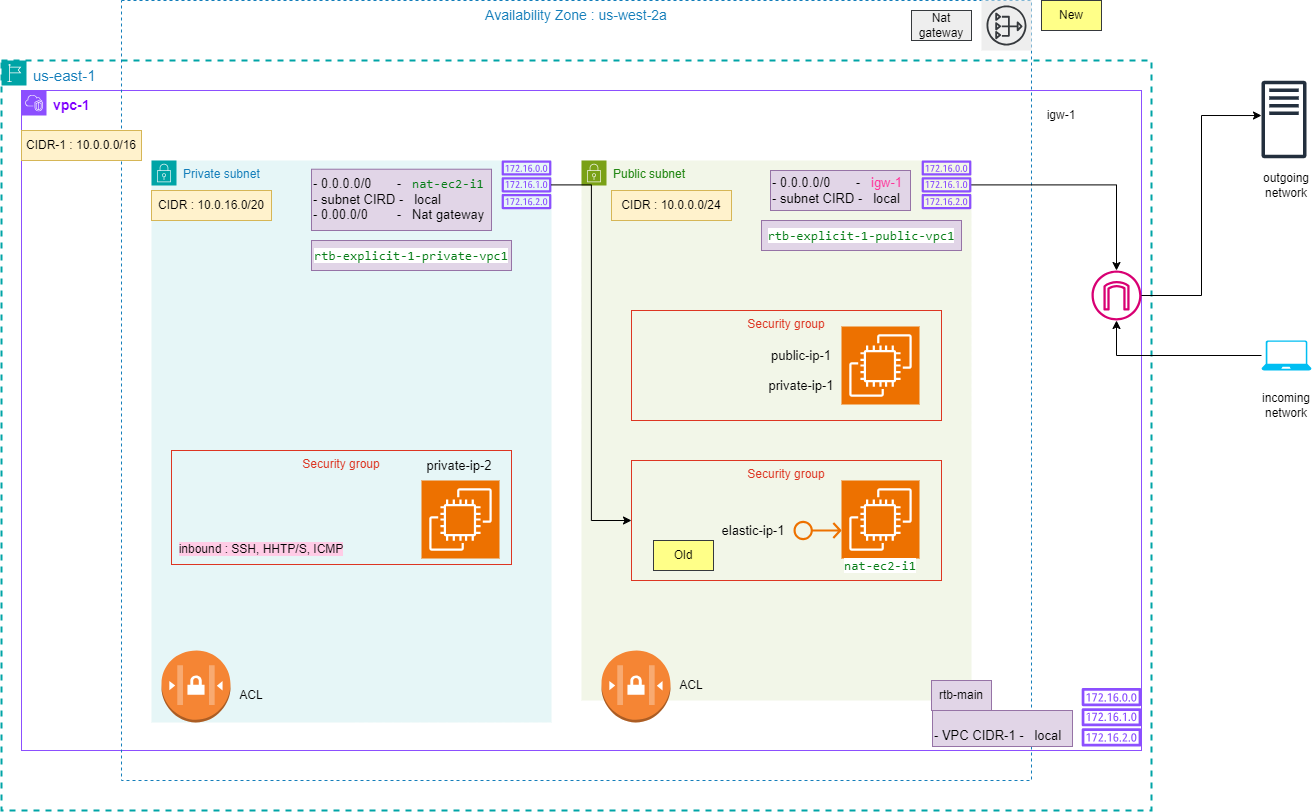
This is aws/img/draw-io/VPC-1.drawio.png from lekhrajdinkar/02-spring, a draw.io export, as it was before one commit. Source tidied: cells renumbered, new cells last; positions are measured from the earlier drawing's top-left corner, leaving out a move shared by most shapes.
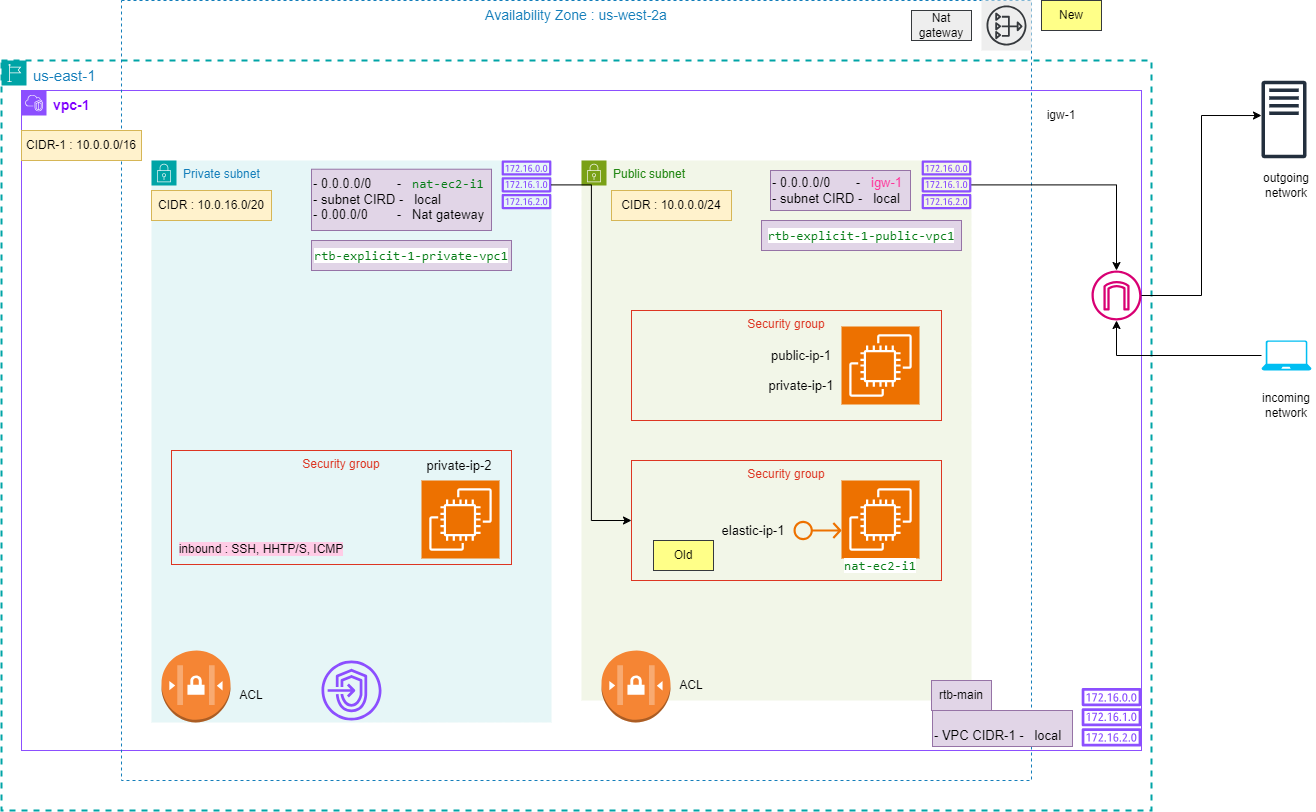
The same file after the commit.

Commit message:
added vpc endpoint

The edit, as a diff of the source:
```diff
@@ -29,6 +29,9 @@
     <mxCell id="10" value="ACL" style="text;html=1;align=center;verticalAlign=middle;whiteSpace=wrap;rounded=0;" parent="5" vertex="1">
       <mxGeometry x="70" y="520" width="60" height="30" as="geometry" />
     </mxCell>
+    <mxCell id="50" style="sketch=0;fontColor=#232F3E;gradientColor=none;fillColor=#8C4FFF;strokeColor=none;dashed=0;verticalLabelPosition=bottom;verticalAlign=top;align=center;html=1;fontSize=12;fontStyle=0;shape=mxgraph.aws4.endpoints;" parent="5" vertex="1">
+      <mxGeometry x="170" y="500" width="60" height="60" as="geometry" />
+    </mxCell>
     <mxCell id="11" value="Public subnet" style="gradientColor=none;html=1;whiteSpace=wrap;fontSize=12;fontStyle=0;shape=mxgraph.aws4.group;grIcon=mxgraph.aws4.group_security_group;grStroke=0;strokeColor=#7AA116;fillColor=#F2F6E8;verticalAlign=top;align=left;spacingLeft=30;fontColor=#248814;dashed=0;" parent="3" vertex="1">
       <mxGeometry x="580" y="100" width="390" height="540" as="geometry" />
     </mxCell>
```
